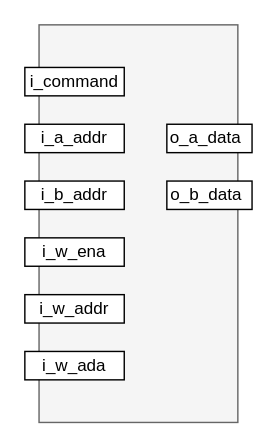
Before: images/top.drawio in hippo-rv/veryl_stacked_regfile, a draw.io diagram. Source tidied: cells renumbered, new cells numbered last; positions are measured from the earlier drawing's top-left corner, leaving out a move shared by most shapes. Both pictures are drawn from the tidied source at 142%, with x=0, y=0 at pixel (24, 24).
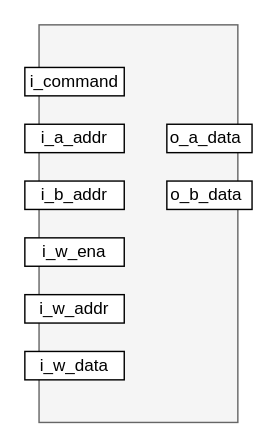
Above is the later version.

What changed in the source:
```diff
@@
 <mxGraphModel>
   <root>
     <mxCell id="0" />
     <mxCell id="1" parent="0" />
     <mxCell id="2" style="rounded=0;whiteSpace=wrap;html=1;fillColor=#f5f5f5;fontColor=#333333;strokeColor=#666666;" parent="1" vertex="1">
       <mxGeometry x="10" width="140" height="280" as="geometry" />
     </mxCell>
     <mxCell id="3" value="i_b_addr" style="rounded=0;whiteSpace=wrap;html=1;" parent="1" vertex="1">
       <mxGeometry y="110" width="70" height="20" as="geometry" />
     </mxCell>
     <mxCell id="4" style="rounded=0;whiteSpace=wrap;html=1;" parent="1" vertex="1">
       <mxGeometry x="100" y="70" width="60" height="20" as="geometry" />
     </mxCell>
     <mxCell id="5" style="rounded=0;whiteSpace=wrap;html=1;" parent="1" vertex="1">
       <mxGeometry x="100" y="110" width="60" height="20" as="geometry" />
     </mxCell>
     <mxCell id="6" value="o_a_data" style="text;html=1;align=center;verticalAlign=middle;whiteSpace=wrap;rounded=0;" parent="1" vertex="1">
       <mxGeometry x="115" y="70" width="25" height="20" as="geometry" />
     </mxCell>
     <mxCell id="7" value="o_b_data" style="text;html=1;align=center;verticalAlign=middle;whiteSpace=wrap;rounded=0;" parent="1" vertex="1">
       <mxGeometry x="117.5" y="110" width="20" height="20" as="geometry" />
     </mxCell>
     <mxCell id="8" value="i_a_addr" style="rounded=0;whiteSpace=wrap;html=1;" parent="1" vertex="1">
       <mxGeometry y="70" width="70" height="20" as="geometry" />
     </mxCell>
     <mxCell id="9" value="i_command" style="rounded=0;whiteSpace=wrap;html=1;" parent="1" vertex="1">
       <mxGeometry y="30" width="70" height="20" as="geometry" />
     </mxCell>
     <mxCell id="10" value="i_w_ena" style="rounded=0;whiteSpace=wrap;html=1;" parent="1" vertex="1">
       <mxGeometry y="150" width="70" height="20" as="geometry" />
     </mxCell>
     <mxCell id="11" value="i_w_addr" style="rounded=0;whiteSpace=wrap;html=1;" parent="1" vertex="1">
       <mxGeometry y="190" width="70" height="20" as="geometry" />
     </mxCell>
-    <mxCell id="12" value="i_w_ada" style="rounded=0;whiteSpace=wrap;html=1;" parent="1" vertex="1">
+    <mxCell id="12" value="i_w_data" style="rounded=0;whiteSpace=wrap;html=1;" parent="1" vertex="1">
       <mxGeometry y="230" width="70" height="20" as="geometry" />
     </mxCell>
   </root>
 </mxGraphModel>
```
